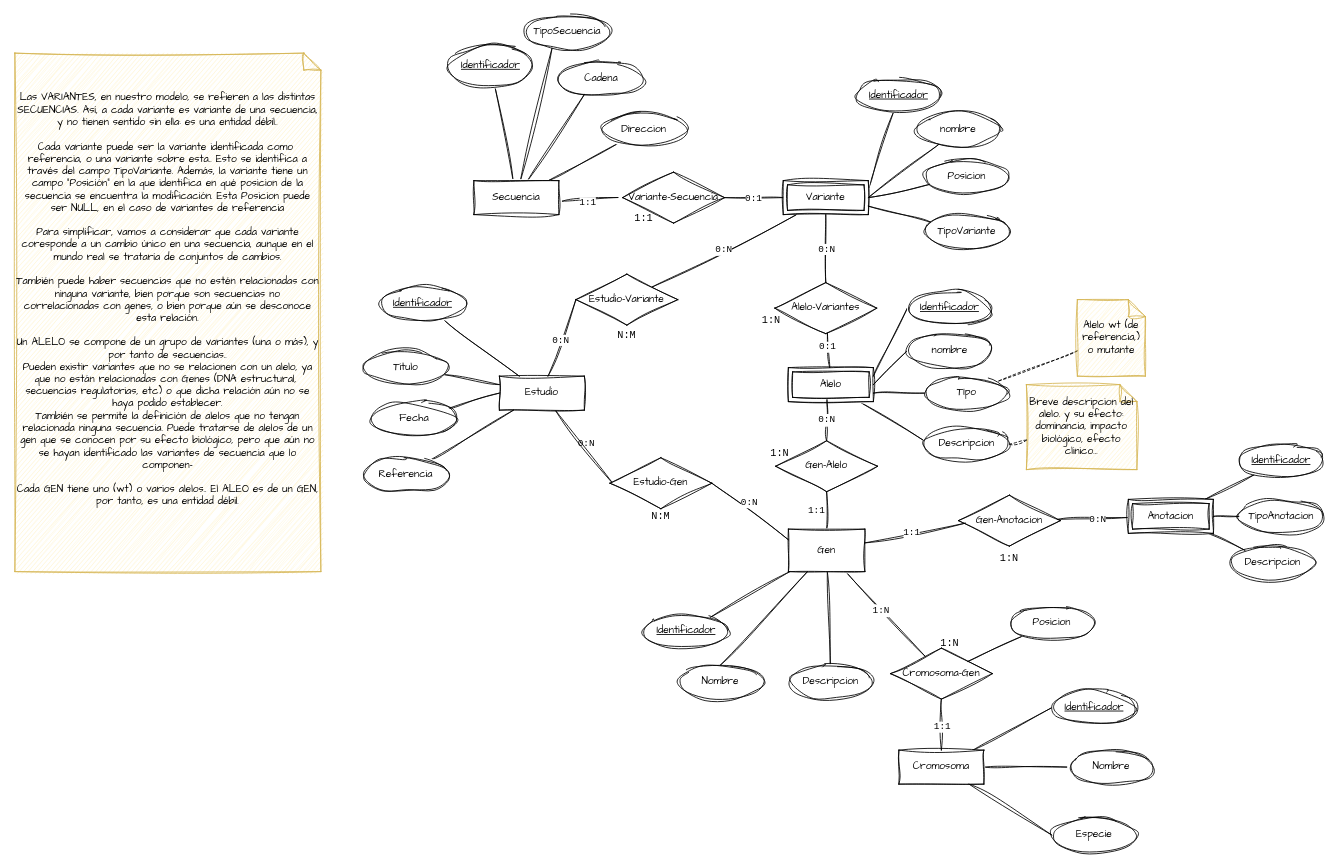
tnarrosf/unir-mubio01-grupo5 keeps this draw.io diagram as basesdatos/modeloER/modelo-ER-bd-genes-2.drawio. Above is the earlier version. Source tidied: cells renumbered, new cells numbered last; positions are measured from the earlier drawing's top-left corner, leaving out a move shared by most shapes. Both pictures are drawn from the tidied source at 85%, with x=0, y=0 at pixel (14, 14).
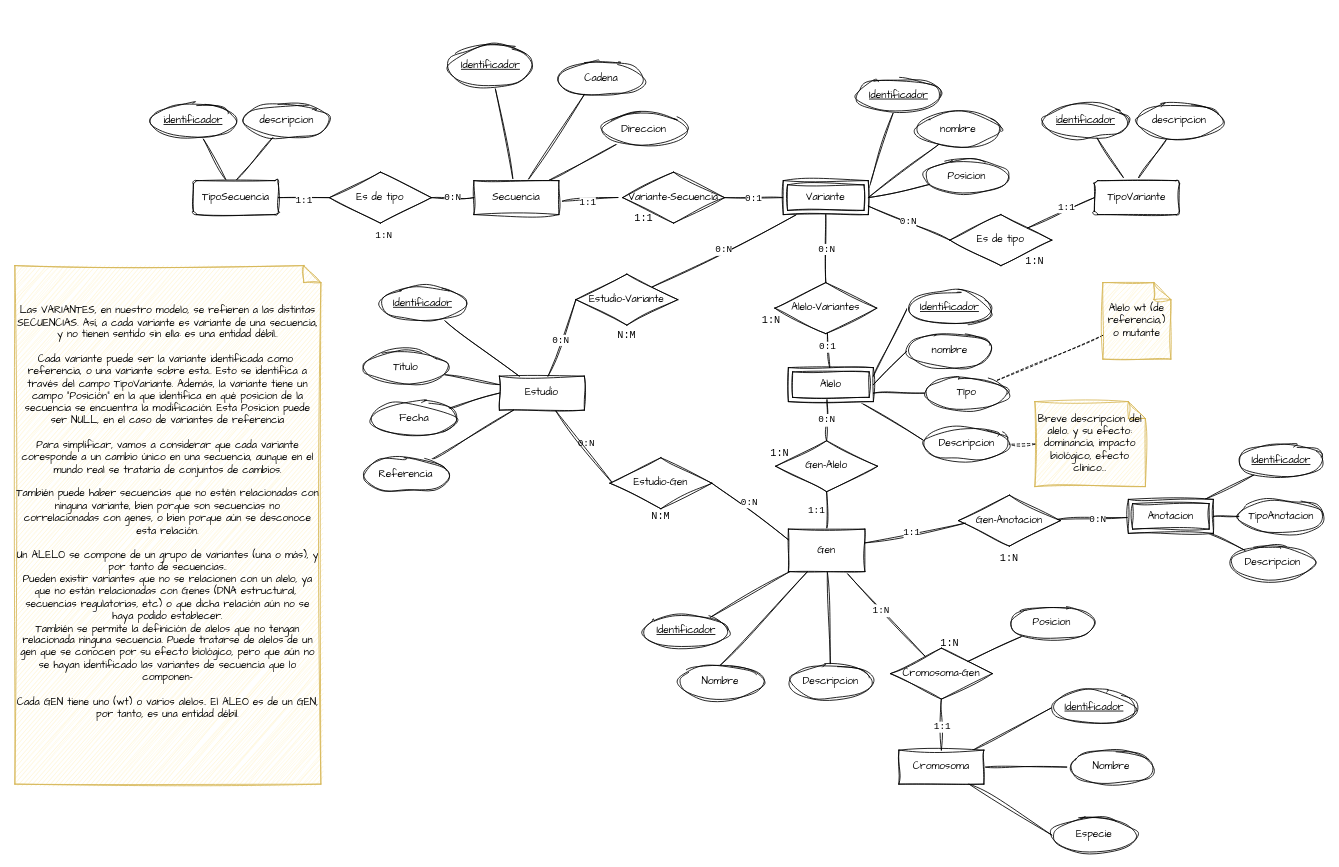
After the change.

Commit message (it also covers changes not shown here):
Revision modelo ER: tablas de tipologias

Unchanged cells that the change refers to:
```xml
<mxCell id="22" value="Secuencia" style="whiteSpace=wrap;html=1;align=center;sketch=1;hachureGap=4;jiggle=2;curveFitting=1;fontFamily=Architects Daughter;" parent="1" vertex="1">
  <mxGeometry x="540" y="195" width="100" height="40" as="geometry" />
</mxCell>
<mxCell id="87" value="Variante" style="shape=ext;margin=3;double=1;whiteSpace=wrap;html=1;align=center;sketch=1;hachureGap=4;jiggle=2;curveFitting=1;fontFamily=Architects Daughter;" parent="1" vertex="1">
  <mxGeometry x="904" y="195" width="100" height="40" as="geometry" />
</mxCell>
```

Change to the diagram source:
```diff
@@
-    <mxCell id="18" style="rounded=0;sketch=1;hachureGap=4;jiggle=2;curveFitting=1;jettySize=auto;html=1;entryX=0.32;entryY=0.975;entryDx=0;entryDy=0;fontFamily=Architects Daughter;endArrow=none;endFill=0;entryPerimeter=0;" parent="1" edge="1" source="22" target="46">
-      <mxGeometry relative="1" as="geometry" />
-    </mxCell>
@@
+    <mxCell id="110" value="0:N" style="edgeStyle=orthogonalEdgeStyle;rounded=0;sketch=1;hachureGap=4;jiggle=2;curveFitting=1;jettySize=auto;html=1;fontFamily=Courier New;endArrow=none;endFill=0;" parent="1" edge="1" source="22" target="127">
+      <mxGeometry relative="1" as="geometry" />
+    </mxCell>
@@
-    <mxCell id="46" value="TipoSecuencia" style="ellipse;whiteSpace=wrap;html=1;align=center;sketch=1;hachureGap=4;jiggle=2;curveFitting=1;fontFamily=Architects Daughter;" parent="1" vertex="1">
-      <mxGeometry x="600" width="100" height="40" as="geometry" />
-    </mxCell>
@@
-    <mxCell id="60" style="rounded=0;sketch=1;hachureGap=4;jiggle=2;curveFitting=1;jettySize=auto;html=1;entryX=1;entryY=0.75;entryDx=0;entryDy=0;fontFamily=Architects Daughter;endArrow=none;endFill=0;" parent="1" edge="1" source="61" target="87">
+    <mxCell id="60" style="rounded=0;sketch=1;hachureGap=4;jiggle=2;curveFitting=1;jettySize=auto;html=1;entryX=1;entryY=0.75;entryDx=0;entryDy=0;fontFamily=Architects Daughter;endArrow=none;endFill=0;exitX=0;exitY=0.5;exitDx=0;exitDy=0;" parent="1" edge="1" source="116" target="87">
       <mxGeometry relative="1" as="geometry" />
     </mxCell>
-    <mxCell id="61" value="TipoVariante" style="ellipse;whiteSpace=wrap;html=1;align=center;sketch=1;hachureGap=4;jiggle=2;curveFitting=1;fontFamily=Architects Daughter;" parent="1" vertex="1">
-      <mxGeometry x="1070" y="235" width="100" height="40" as="geometry" />
-    </mxCell>
+    <mxCell id="111" value="0:N" style="edgeLabel;html=1;align=center;verticalAlign=middle;sketch=1;hachureGap=4;jiggle=2;curveFitting=1;fontFamily=Courier New;" parent="60" vertex="1">
+      <mxGeometry x="0.03" y="-1" relative="1" as="geometry" />
+    </mxCell>
@@
     <mxCell id="92" value="Alelo wt (de referencia,) o mutante" style="shape=note;size=20;whiteSpace=wrap;html=1;sketch=1;hachureGap=4;jiggle=2;curveFitting=1;fontFamily=Architects Daughter;fillColor=#fff2cc;strokeColor=#d6b656;" parent="1" vertex="1">
-      <mxGeometry x="1250" y="335" width="80" height="90" as="geometry" />
+      <mxGeometry x="1280" y="315" width="80" height="90" as="geometry" />
     </mxCell>
     <mxCell id="93" value="&lt;div&gt;Las VARIANTES, en nuestro modelo, se refieren a las distintas SECUENCIAS. Así, a cada variante es variante de una secuencia, y no tienen sentido sin ella: es una entidad débil..&lt;/div&gt;&lt;div&gt;&lt;br&gt;&lt;/div&gt;&lt;div&gt;Cada variante puede ser la variante identificada como&amp;nbsp; referencia, o una variante sobre esta.. Esto se identifica a través del campo TipoVariante. Además, la variante tiene un campo &quot;Posición&quot; en la que identifica en qué posicion de la secuencia se encuentra la modificación. Esta Posicion puede ser NULL, en el caso de variantes de referencia&lt;br&gt;&lt;/div&gt;&lt;div&gt;&lt;br&gt;&lt;/div&gt;&lt;div&gt;Para simplificar, vamos a considerar que cada variante coresponde a un cambio único en una secuencia, aunque en el mundo real se trataría de conjuntos de cambios.&lt;/div&gt;&lt;div&gt;&lt;br&gt;&lt;/div&gt;&lt;div&gt;También puede haber secuencias que no estén relacionadas con ninguna variante, bien porque son secuencias no correlacionadas con genes, o bien porque aún se desconoce esta relación.&lt;/div&gt;&lt;div&gt;&lt;br&gt;&lt;/div&gt;&lt;div&gt;Un ALELO se compone de un grupo de variantes (una o más), y por tanto de secuencias..&lt;br&gt;&lt;/div&gt;&lt;div&gt;Pueden existir variantes que no se relacionen con un alelo, ya que no están relacionadas con Genes (DNA estructural,&amp;nbsp; secuencias regulatorias, etc) o que dicha relación aún no se haya podido establecer.&lt;/div&gt;&lt;div&gt;También se permite la definición de alelos que no tengan relacionada ninguna secuencia. Puede tratarse de alelos de un gen que se conocen por su efecto biológico, pero que aún no se hayan identificado las variantes de secuencia que lo componen-&lt;/div&gt;&lt;div&gt;&lt;br&gt;&lt;/div&gt;&lt;div&gt;Cada GEN tiene uno (wt) o varios alelos.. El ALEO es de un GEN, por tanto, es una entidad débil.&lt;/div&gt;&lt;div&gt;&lt;br&gt;&lt;div&gt;&lt;br&gt;&lt;/div&gt;&lt;/div&gt;" style="shape=note;size=20;whiteSpace=wrap;html=1;sketch=1;hachureGap=4;jiggle=2;curveFitting=1;fontFamily=Architects Daughter;fillColor=#fff2cc;strokeColor=#d6b656;" parent="1" vertex="1">
-      <mxGeometry y="45" width="360" height="610" as="geometry" />
+      <mxGeometry y="295" width="360" height="610" as="geometry" />
     </mxCell>
@@
     <mxCell id="103" value="Breve descripcion del alelo. y su efecto: dominancia, impacto biológico, efecto clinico..." style="shape=note;size=20;whiteSpace=wrap;html=1;sketch=1;hachureGap=4;jiggle=2;curveFitting=1;fontFamily=Architects Daughter;fillColor=#fff2cc;strokeColor=#d6b656;" parent="1" vertex="1">
-      <mxGeometry x="1190" y="435" width="130" height="100" as="geometry" />
+      <mxGeometry x="1200" y="455" width="130" height="100" as="geometry" />
     </mxCell>
@@
+    <mxCell id="112" style="rounded=0;sketch=1;hachureGap=4;jiggle=2;curveFitting=1;jettySize=auto;html=1;fontFamily=Architects Daughter;endArrow=none;endFill=0;" parent="1" edge="1" source="61" target="118">
+      <mxGeometry relative="1" as="geometry" />
+    </mxCell>
+    <mxCell id="113" style="rounded=0;sketch=1;hachureGap=4;jiggle=2;curveFitting=1;jettySize=auto;html=1;exitX=0.5;exitY=0;exitDx=0;exitDy=0;fontFamily=Architects Daughter;endArrow=none;endFill=0;" parent="1" edge="1" source="61" target="119">
+      <mxGeometry relative="1" as="geometry" />
+    </mxCell>
+    <mxCell id="61" value="TipoVariante" style="rounded=1;arcSize=10;whiteSpace=wrap;html=1;align=center;sketch=1;hachureGap=4;jiggle=2;curveFitting=1;fontFamily=Architects Daughter;" parent="1" vertex="1">
+      <mxGeometry x="1270" y="195" width="100" height="40" as="geometry" />
+    </mxCell>
+    <mxCell id="114" style="rounded=0;sketch=1;hachureGap=4;jiggle=2;curveFitting=1;jettySize=auto;html=1;fontFamily=Architects Daughter;entryX=0;entryY=0.5;entryDx=0;entryDy=0;endArrow=none;endFill=0;" parent="1" edge="1" source="116" target="61">
+      <mxGeometry relative="1" as="geometry" />
+    </mxCell>
+    <mxCell id="115" value="1:1" style="edgeLabel;html=1;align=center;verticalAlign=middle;sketch=1;hachureGap=4;jiggle=2;curveFitting=1;fontFamily=Courier New;" parent="114" vertex="1">
+      <mxGeometry x="0.19" y="3" relative="1" as="geometry" />
+    </mxCell>
+    <mxCell id="116" value="Es de tipo" style="shape=rhombus;perimeter=rhombusPerimeter;whiteSpace=wrap;html=1;align=center;sketch=1;hachureGap=4;jiggle=2;curveFitting=1;fontFamily=Architects Daughter;" parent="1" vertex="1">
+      <mxGeometry x="1100" y="235" width="120" height="60" as="geometry" />
+    </mxCell>
+    <mxCell id="117" value="&lt;font face=&quot;Courier New&quot;&gt;1:N&lt;/font&gt;" style="text;html=1;align=center;verticalAlign=middle;whiteSpace=wrap;rounded=0;fontFamily=Architects Daughter;" parent="1" vertex="1">
+      <mxGeometry x="1170" y="275" width="60" height="30" as="geometry" />
+    </mxCell>
+    <mxCell id="118" value="identificador" style="ellipse;whiteSpace=wrap;html=1;align=center;fontStyle=4;sketch=1;hachureGap=4;jiggle=2;curveFitting=1;fontFamily=Architects Daughter;" parent="1" vertex="1">
+      <mxGeometry x="1210" y="105" width="100" height="40" as="geometry" />
+    </mxCell>
+    <mxCell id="119" value="descripcion" style="ellipse;whiteSpace=wrap;html=1;align=center;sketch=1;hachureGap=4;jiggle=2;curveFitting=1;fontFamily=Architects Daughter;" parent="1" vertex="1">
+      <mxGeometry x="1320" y="105" width="100" height="40" as="geometry" />
+    </mxCell>
+    <mxCell id="120" style="rounded=0;sketch=1;hachureGap=4;jiggle=2;curveFitting=1;jettySize=auto;html=1;fontFamily=Architects Daughter;endArrow=none;endFill=0;" parent="1" edge="1" source="46" target="125">
+      <mxGeometry relative="1" as="geometry" />
+    </mxCell>
+    <mxCell id="121" style="rounded=0;sketch=1;hachureGap=4;jiggle=2;curveFitting=1;jettySize=auto;html=1;exitX=0.5;exitY=0;exitDx=0;exitDy=0;fontFamily=Architects Daughter;endArrow=none;endFill=0;" parent="1" edge="1" source="46" target="126">
+      <mxGeometry relative="1" as="geometry" />
+    </mxCell>
+    <mxCell id="122" style="edgeStyle=orthogonalEdgeStyle;rounded=0;sketch=1;hachureGap=4;jiggle=2;curveFitting=1;jettySize=auto;html=1;fontFamily=Architects Daughter;endArrow=none;endFill=0;" parent="1" edge="1" source="46" target="127">
+      <mxGeometry relative="1" as="geometry" />
+    </mxCell>
+    <mxCell id="123" value="1:1" style="edgeLabel;html=1;align=center;verticalAlign=middle;sketch=1;hachureGap=4;jiggle=2;curveFitting=1;fontFamily=Courier New;" parent="122" vertex="1">
+      <mxGeometry x="-0.02" y="-3" relative="1" as="geometry" />
+    </mxCell>
+    <mxCell id="46" value="TipoSecuencia" style="rounded=1;arcSize=10;whiteSpace=wrap;html=1;align=center;sketch=1;hachureGap=4;jiggle=2;curveFitting=1;fontFamily=Architects Daughter;" parent="1" vertex="1">
+      <mxGeometry x="210" y="195" width="100" height="40" as="geometry" />
+    </mxCell>
+    <mxCell id="124" value="1:N" style="edgeLabel;html=1;align=center;verticalAlign=middle;sketch=1;hachureGap=4;jiggle=2;curveFitting=1;fontFamily=Courier New;" parent="1" vertex="1">
+      <mxGeometry x="430" y="265" as="geometry">
+        <mxPoint x="3" y="-6" as="offset" />
+      </mxGeometry>
+    </mxCell>
+    <mxCell id="125" value="identificador" style="ellipse;whiteSpace=wrap;html=1;align=center;fontStyle=4;sketch=1;hachureGap=4;jiggle=2;curveFitting=1;fontFamily=Architects Daughter;" parent="1" vertex="1">
+      <mxGeometry x="160" y="105" width="100" height="40" as="geometry" />
+    </mxCell>
+    <mxCell id="126" value="descripcion" style="ellipse;whiteSpace=wrap;html=1;align=center;sketch=1;hachureGap=4;jiggle=2;curveFitting=1;fontFamily=Architects Daughter;" parent="1" vertex="1">
+      <mxGeometry x="270" y="105" width="100" height="40" as="geometry" />
+    </mxCell>
+    <mxCell id="127" value="Es de tipo" style="shape=rhombus;perimeter=rhombusPerimeter;whiteSpace=wrap;html=1;align=center;sketch=1;hachureGap=4;jiggle=2;curveFitting=1;fontFamily=Architects Daughter;" parent="1" vertex="1">
+      <mxGeometry x="370" y="185" width="120" height="60" as="geometry" />
+    </mxCell>
```
